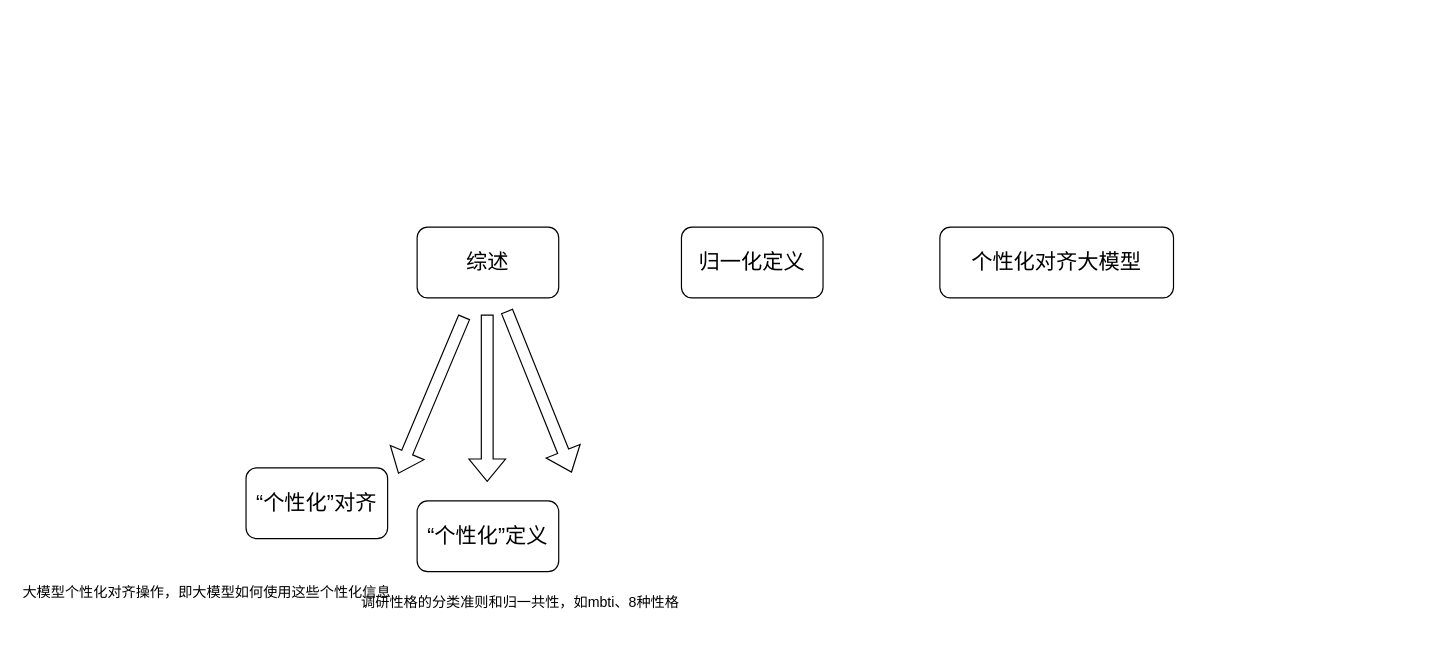
The draw.io diagram 测试.drawio in ZYNsama666/BackUp, before the edit. Source tidied: cells renumbered, new cells numbered last; positions are measured from the earlier drawing's top-left corner, leaving out a move shared by most shapes. Both pictures are drawn from the tidied source at 118%, with x=0, y=0 at pixel (20, 227).
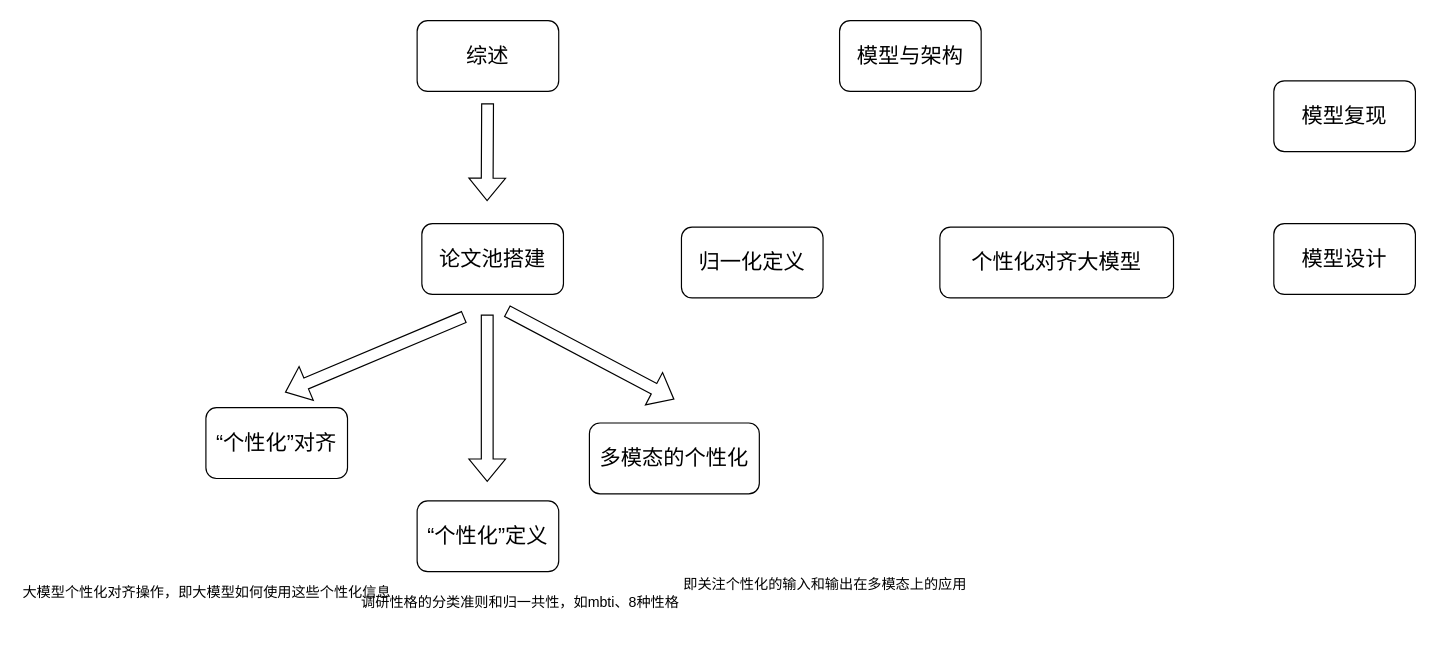
Above is the later version.

Diff of the diagram source:
```diff
@@
     <mxCell id="4" value="&lt;font style=&quot;font-size: 18px;&quot;&gt;综述&lt;/font&gt;" style="rounded=1;whiteSpace=wrap;html=1;" parent="1" vertex="1">
-      <mxGeometry x="336" width="120" height="60" as="geometry" />
+      <mxGeometry x="336" y="-175" width="120" height="60" as="geometry" />
     </mxCell>
@@
     <mxCell id="6" style="shape=flexArrow;endArrow=classic;html=1;rounded=0;" parent="1" edge="1">
       <mxGeometry relative="1" as="geometry">
         <mxPoint x="376" y="76" as="sourcePoint" />
-        <mxPoint x="320" y="209" as="targetPoint" />
+        <mxPoint x="224" y="140" as="targetPoint" />
       </mxGeometry>
     </mxCell>
     <mxCell id="7" style="shape=flexArrow;endArrow=classic;html=1;rounded=0;" parent="1" edge="1">
       <mxGeometry relative="1" as="geometry">
         <mxPoint x="412" y="71" as="sourcePoint" />
-        <mxPoint x="467" y="208" as="targetPoint" />
+        <mxPoint x="554" y="146" as="targetPoint" />
       </mxGeometry>
     </mxCell>
@@
     <mxCell id="11" value="&lt;span style=&quot;font-size: 18px;&quot;&gt;“个性化”对齐&lt;/span&gt;" style="rounded=1;whiteSpace=wrap;html=1;" parent="1" vertex="1">
-      <mxGeometry x="191" y="204" width="120" height="60" as="geometry" />
+      <mxGeometry x="157" y="153" width="120" height="60" as="geometry" />
     </mxCell>
+    <mxCell id="12" value="&lt;span style=&quot;font-size: 18px;&quot;&gt;多模态的个性化&lt;/span&gt;" style="rounded=1;whiteSpace=wrap;html=1;" parent="1" vertex="1">
+      <mxGeometry x="482" y="166" width="144" height="60" as="geometry" />
+    </mxCell>
+    <mxCell id="13" value="即关注个性化的输入和输出在多模态上的应用" style="text;whiteSpace=wrap;" parent="1" vertex="1">
+      <mxGeometry x="560" y="289" width="268" height="36" as="geometry" />
+    </mxCell>
+    <mxCell id="14" value="&lt;font style=&quot;font-size: 18px;&quot;&gt;论文池搭建&lt;/font&gt;" style="rounded=1;whiteSpace=wrap;html=1;" parent="1" vertex="1">
+      <mxGeometry x="340" y="-3" width="120" height="60" as="geometry" />
+    </mxCell>
+    <mxCell id="15" style="shape=flexArrow;endArrow=classic;html=1;rounded=0;" parent="1" edge="1">
+      <mxGeometry relative="1" as="geometry">
+        <mxPoint x="395.7" y="-105" as="sourcePoint" />
+        <mxPoint x="395.3" y="-22" as="targetPoint" />
+      </mxGeometry>
+    </mxCell>
+    <mxCell id="16" value="&lt;span style=&quot;font-size: 18px;&quot;&gt;模型与架构&lt;/span&gt;" style="rounded=1;whiteSpace=wrap;html=1;" parent="1" vertex="1">
+      <mxGeometry x="694" y="-175" width="120" height="60" as="geometry" />
+    </mxCell>
+    <mxCell id="17" value="&lt;font style=&quot;font-size: 18px;&quot;&gt;模型复现&lt;/font&gt;" style="rounded=1;whiteSpace=wrap;html=1;" parent="1" vertex="1">
+      <mxGeometry x="1062" y="-124" width="120" height="60" as="geometry" />
+    </mxCell>
+    <mxCell id="18" value="&lt;span style=&quot;font-size: 18px;&quot;&gt;模型设计&lt;/span&gt;" style="rounded=1;whiteSpace=wrap;html=1;" parent="1" vertex="1">
+      <mxGeometry x="1062" y="-3" width="120" height="60" as="geometry" />
+    </mxCell>
```
